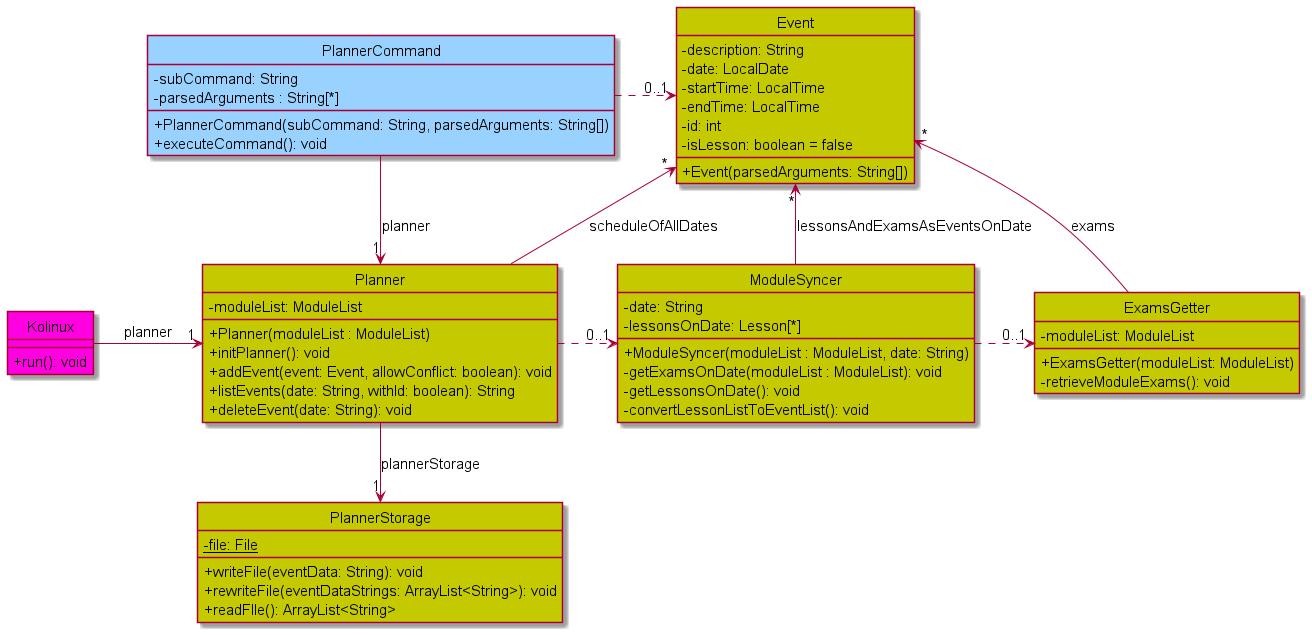
This is docs/assets/images/PlannerClassDiagram.png from shyamgj1900/tp, a PlantUML export, as it was before one commit. Source of this version:
```plantuml
@startuml

!include Style.puml

hide circle

class PlannerCommand COMMANDS_COLOR {
    - subCommand: String
    - parsedArguments : String[*]
    + PlannerCommand(subCommand: String, parsedArguments: String[])
    + executeCommand(): void
}

class Kolinux KOLINUX_COLOR {
    + run(): void
}

class Planner PLANNER_COLOR {
    - moduleList: ModuleList
    + Planner(moduleList : ModuleList)
    + initPlanner(): void
    + addEvent(event: Event, allowConflict: boolean): void
    + listEvents(date: String, withId: boolean): String
    + deleteEvent(date: String): void
}

class Event PLANNER_COLOR {
    - description: String
    - date: LocalDate
    - startTime: LocalTime
    - endTime: LocalTime
    - id: int
    - isLesson: boolean = false
    + Event(parsedArguments: String[])
}

class PlannerStorage PLANNER_COLOR {
    - {static} file: File
    + writeFile(eventData: String): void
    + rewriteFile(eventDataStrings: ArrayList<String>): void
    + readFIle(): ArrayList<String>
}

class ModuleSyncer PLANNER_COLOR {
    - date: String
    - lessonsOnDate: Lesson[*]
    + ModuleSyncer(moduleList : ModuleList, date: String)
    - getExamsOnDate(moduleList : ModuleList): void
    - getLessonsOnDate(): void
    - convertLessonListToEventList(): void
}

class ExamsGetter PLANNER_COLOR {
    - moduleList: ModuleList
    + ExamsGetter(moduleList: ModuleList)
    - retrieveModuleExams(): void
}

PlannerCommand --> "1" Planner : planner
Kolinux -> "1" Planner : planner
Planner --> "1" PlannerStorage : plannerStorage
Planner .> "0..1" ModuleSyncer
ModuleSyncer .> "0..1" ExamsGetter
PlannerCommand .> "0..1" Event
Event "*" <-- ModuleSyncer : lessonsAndExamsAsEventsOnDate
Event "*" <-- ExamsGetter : exams
Event "*" <- Planner : scheduleOfAllDates

@enduml
```
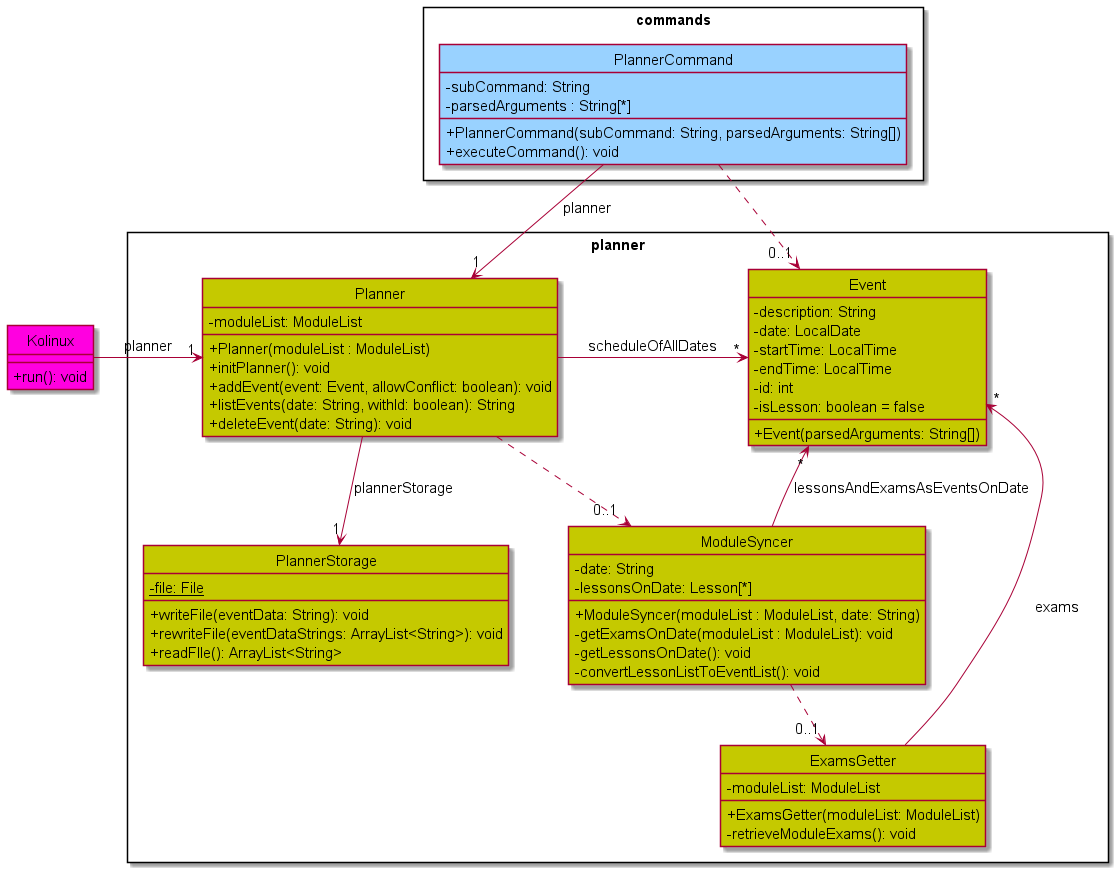
The same file after the commit.

Commit message:
Add packages for planner class diagram

Change to the diagram source:
```diff
@@ -3,6 +3,18 @@
 !include Style.puml
 
 hide circle
+
+package planner <<Rectangle>> {
+    class Planner
+    class Event
+    class PlannerStorage
+    class ModuleSyncer
+    class ExamsGetter
+}
+
+package commands <<Rectangle>> {
+    class PlannerCommand
+}
 
 class PlannerCommand COMMANDS_COLOR {
     - subCommand: String
@@ -60,7 +72,7 @@
 Kolinux -> "1" Planner : planner
 Planner --> "1" PlannerStorage : plannerStorage
 Planner .> "0..1" ModuleSyncer
-ModuleSyncer .> "0..1" ExamsGetter
+ModuleSyncer ..> "0..1" ExamsGetter
 PlannerCommand .> "0..1" Event
 Event "*" <-- ModuleSyncer : lessonsAndExamsAsEventsOnDate
 Event "*" <-- ExamsGetter : exams
```
